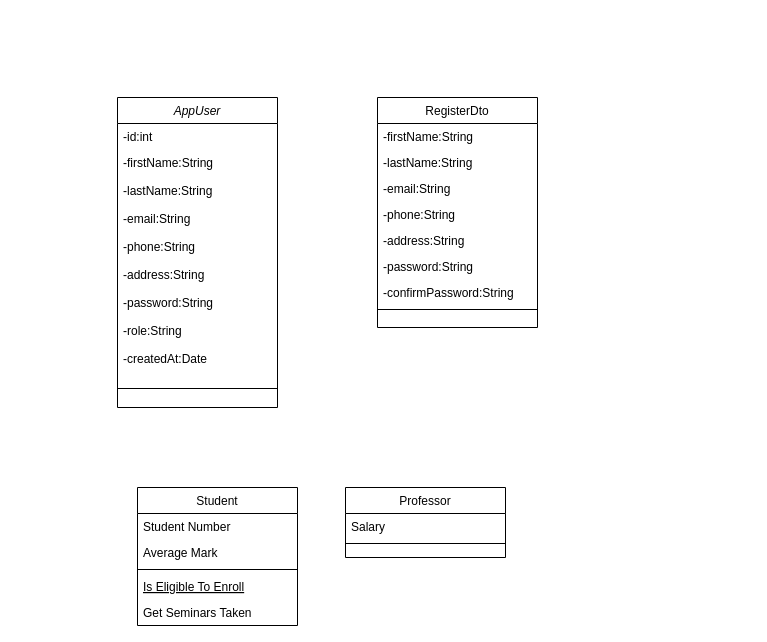
hindCode/cnrst keeps this draw.io diagram as DiagramClassCnrst.drawio. Above is the earlier version. Source tidied: cells renumbered, new cells numbered last; positions are measured from the earlier drawing's top-left corner, leaving out a move shared by most shapes. Both pictures are drawn from the tidied source at 100%, with x=0, y=0 at pixel (117, 97).
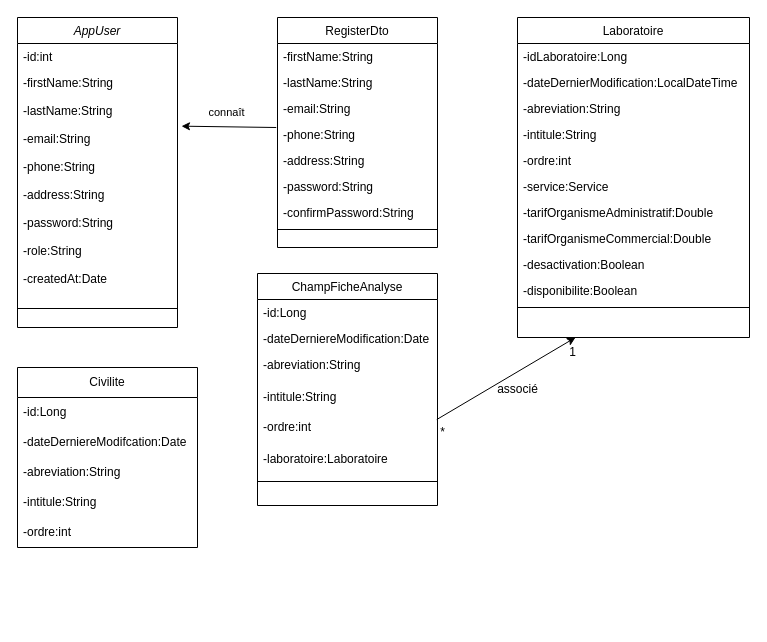
The same page after the edit.

Unchanged cells that the change refers to:
```xml
<mxCell id="6" value="-email:String" style="text;align=left;verticalAlign=top;spacingLeft=4;spacingRight=4;overflow=hidden;points=[[0,0.5],[1,0.5]];portConstraint=eastwest;rounded=0;shadow=0;html=0;" parent="2" vertex="1">
  <mxGeometry y="108" width="160" height="28" as="geometry" />
</mxCell>
<mxCell id="26" value="-phone:String" style="text;align=left;verticalAlign=top;spacingLeft=4;spacingRight=4;overflow=hidden;points=[[0,0.5],[1,0.5]];portConstraint=eastwest;rounded=0;shadow=0;html=0;" parent="22" vertex="1">
  <mxGeometry y="104" width="160" height="26" as="geometry" />
</mxCell>
```

The edit, as a diff of the source:
```diff
@@
     <mxCell id="2" value="AppUser" style="swimlane;fontStyle=2;align=center;verticalAlign=top;horizontal=1;startSize=26;rounded=0;shadow=0;strokeWidth=1;" parent="1" vertex="1">
-      <mxGeometry width="160" height="310" as="geometry" />
+      <mxGeometry x="-100" y="-80" width="160" height="310" as="geometry" />
     </mxCell>
@@
-    <mxCell id="13" value="Student" style="swimlane;fontStyle=0;align=center;verticalAlign=top;horizontal=1;startSize=26;rounded=0;shadow=0;strokeWidth=1;" parent="1" vertex="1">
-      <mxGeometry x="20" y="390" width="160" height="138" as="geometry" />
+    <mxCell id="13" value="ChampFicheAnalyse" style="swimlane;fontStyle=0;align=center;verticalAlign=top;horizontal=1;startSize=26;rounded=0;shadow=0;strokeWidth=1;" parent="1" vertex="1">
+      <mxGeometry x="140" y="176" width="180" height="232" as="geometry" />
     </mxCell>
-    <mxCell id="14" value="Student Number" style="text;align=left;verticalAlign=top;spacingLeft=4;spacingRight=4;overflow=hidden;" parent="13" vertex="1">
-      <mxGeometry y="26" width="160" height="26" as="geometry" />
+    <mxCell id="14" value="-id:Long" style="text;align=left;verticalAlign=top;spacingLeft=4;spacingRight=4;overflow=hidden;" parent="13" vertex="1">
+      <mxGeometry y="26" width="180" height="26" as="geometry" />
     </mxCell>
-    <mxCell id="15" value="Average Mark" style="text;align=left;verticalAlign=top;spacingLeft=4;spacingRight=4;overflow=hidden;rounded=0;shadow=0;html=0;" parent="13" vertex="1">
-      <mxGeometry y="52" width="160" height="26" as="geometry" />
+    <mxCell id="15" value="-dateDerniereModification:Date" style="text;align=left;verticalAlign=top;spacingLeft=4;spacingRight=4;overflow=hidden;rounded=0;shadow=0;html=0;" parent="13" vertex="1">
+      <mxGeometry y="52" width="180" height="26" as="geometry" />
     </mxCell>
+    <mxCell id="18" value="-abreviation:String" style="text;align=left;verticalAlign=top;spacingLeft=4;spacingRight=4;overflow=hidden;" parent="13" vertex="1">
+      <mxGeometry y="78" width="180" height="32" as="geometry" />
+    </mxCell>
+    <mxCell id="31" value="-intitule:String" style="text;align=left;verticalAlign=top;spacingLeft=4;spacingRight=4;overflow=hidden;" parent="13" vertex="1">
+      <mxGeometry y="110" width="180" height="30" as="geometry" />
+    </mxCell>
+    <mxCell id="32" value="-ordre:int" style="text;align=left;verticalAlign=top;spacingLeft=4;spacingRight=4;overflow=hidden;points=[[0,0.5],[1,0.5]];portConstraint=eastwest;" parent="13" vertex="1">
+      <mxGeometry y="140" width="180" height="32" as="geometry" />
+    </mxCell>
+    <mxCell id="33" value="-laboratoire:Laboratoire" style="text;align=left;verticalAlign=top;spacingLeft=4;spacingRight=4;overflow=hidden;" parent="13" vertex="1">
+      <mxGeometry y="172" width="180" height="32" as="geometry" />
+    </mxCell>
     <mxCell id="16" style="line;html=1;strokeWidth=1;align=left;verticalAlign=middle;spacingTop=-1;spacingLeft=3;spacingRight=3;labelPosition=right;" parent="13" vertex="1">
-      <mxGeometry y="78" width="160" height="8" as="geometry" />
+      <mxGeometry y="204" width="180" height="8" as="geometry" />
     </mxCell>
-    <mxCell id="17" value="Is Eligible To Enroll" style="text;align=left;verticalAlign=top;spacingLeft=4;spacingRight=4;overflow=hidden;fontStyle=4;" parent="13" vertex="1">
-      <mxGeometry y="86" width="160" height="26" as="geometry" />
-    </mxCell>
-    <mxCell id="18" value="Get Seminars Taken" style="text;align=left;verticalAlign=top;spacingLeft=4;spacingRight=4;overflow=hidden;" parent="13" vertex="1">
-      <mxGeometry y="112" width="160" height="26" as="geometry" />
-    </mxCell>
-    <mxCell id="19" value="Professor" style="swimlane;fontStyle=0;align=center;verticalAlign=top;horizontal=1;startSize=26;rounded=0;shadow=0;strokeWidth=1;" parent="1" vertex="1">
-      <mxGeometry x="228" y="390" width="160" height="70" as="geometry" />
+    <mxCell id="19" value="Laboratoire" style="swimlane;fontStyle=0;align=center;verticalAlign=top;horizontal=1;startSize=26;rounded=0;shadow=0;strokeWidth=1;" parent="1" vertex="1">
+      <mxGeometry x="400" y="-80" width="232" height="320" as="geometry" />
     </mxCell>
-    <mxCell id="20" value="Salary" style="text;align=left;verticalAlign=top;spacingLeft=4;spacingRight=4;overflow=hidden;" parent="19" vertex="1">
-      <mxGeometry y="26" width="160" height="26" as="geometry" />
+    <mxCell id="20" value="-idLaboratoire:Long&#10;" style="text;align=left;verticalAlign=top;spacingLeft=4;spacingRight=4;overflow=hidden;" parent="19" vertex="1">
+      <mxGeometry y="26" width="232" height="26" as="geometry" />
     </mxCell>
+    <mxCell id="34" value="-dateDernierModification:LocalDateTime" style="text;align=left;verticalAlign=top;spacingLeft=4;spacingRight=4;overflow=hidden;" parent="19" vertex="1">
+      <mxGeometry y="52" width="232" height="26" as="geometry" />
+    </mxCell>
+    <mxCell id="35" value="-abreviation:String" style="text;align=left;verticalAlign=top;spacingLeft=4;spacingRight=4;overflow=hidden;" parent="19" vertex="1">
+      <mxGeometry y="78" width="232" height="26" as="geometry" />
+    </mxCell>
+    <mxCell id="36" value="-intitule:String" style="text;align=left;verticalAlign=top;spacingLeft=4;spacingRight=4;overflow=hidden;" parent="19" vertex="1">
+      <mxGeometry y="104" width="232" height="26" as="geometry" />
+    </mxCell>
+    <mxCell id="37" value="-ordre:int" style="text;align=left;verticalAlign=top;spacingLeft=4;spacingRight=4;overflow=hidden;" parent="19" vertex="1">
+      <mxGeometry y="130" width="232" height="26" as="geometry" />
+    </mxCell>
+    <mxCell id="38" value="-service:Service" style="text;align=left;verticalAlign=top;spacingLeft=4;spacingRight=4;overflow=hidden;" parent="19" vertex="1">
+      <mxGeometry y="156" width="232" height="26" as="geometry" />
+    </mxCell>
+    <mxCell id="39" value="-tarifOrganismeAdministratif:Double" style="text;align=left;verticalAlign=top;spacingLeft=4;spacingRight=4;overflow=hidden;" parent="19" vertex="1">
+      <mxGeometry y="182" width="232" height="26" as="geometry" />
+    </mxCell>
+    <mxCell id="40" value="-tarifOrganismeCommercial:Double" style="text;align=left;verticalAlign=top;spacingLeft=4;spacingRight=4;overflow=hidden;" parent="19" vertex="1">
+      <mxGeometry y="208" width="232" height="26" as="geometry" />
+    </mxCell>
+    <mxCell id="41" value="-desactivation:Boolean" style="text;align=left;verticalAlign=top;spacingLeft=4;spacingRight=4;overflow=hidden;" parent="19" vertex="1">
+      <mxGeometry y="234" width="232" height="26" as="geometry" />
+    </mxCell>
+    <mxCell id="42" value="-disponibilite:Boolean" style="text;align=left;verticalAlign=top;spacingLeft=4;spacingRight=4;overflow=hidden;" parent="19" vertex="1">
+      <mxGeometry y="260" width="232" height="26" as="geometry" />
+    </mxCell>
     <mxCell id="21" style="line;html=1;strokeWidth=1;align=left;verticalAlign=middle;spacingTop=-1;spacingLeft=3;spacingRight=3;labelPosition=right;" parent="19" vertex="1">
-      <mxGeometry y="52" width="160" height="8" as="geometry" />
+      <mxGeometry y="286" width="232" height="8" as="geometry" />
     </mxCell>
     <mxCell id="22" value="RegisterDto" style="swimlane;fontStyle=0;align=center;verticalAlign=top;horizontal=1;startSize=26;rounded=0;shadow=0;strokeWidth=1;" parent="1" vertex="1">
-      <mxGeometry x="260" width="160" height="230" as="geometry" />
+      <mxGeometry x="160" y="-80" width="160" height="230" as="geometry" />
     </mxCell>
@@
+    <mxCell id="43" style="endArrow=classic;html=1;rounded=0;entryX=1.025;entryY=0.024;entryDx=0;entryDy=0;entryPerimeter=0;exitX=-0.008;exitY=0.231;exitDx=0;exitDy=0;exitPerimeter=0;" parent="1" edge="1" source="26" target="6">
+      <mxGeometry relative="1" as="geometry" />
+    </mxCell>
+    <mxCell id="44" value="connaît" style="edgeLabel;html=1;align=center;verticalAlign=middle;" parent="43" vertex="1">
+      <mxGeometry x="-0.06" y="-1" relative="1" as="geometry">
+        <mxPoint x="-5" y="-14" as="offset" />
+      </mxGeometry>
+    </mxCell>
+    <mxCell id="45" style="endArrow=classic;html=1;rounded=0;exitX=0.996;exitY=0.188;exitDx=0;exitDy=0;exitPerimeter=0;entryX=0.25;entryY=1;entryDx=0;entryDy=0;" parent="1" edge="1" source="32" target="19">
+      <mxGeometry relative="1" as="geometry" />
+    </mxCell>
+    <mxCell id="46" value="1" style="text;html=1;align=center;verticalAlign=middle;strokeColor=none;fillColor=none;" parent="1" vertex="1">
+      <mxGeometry x="440" y="240" width="30" height="30" as="geometry" />
+    </mxCell>
+    <mxCell id="47" value="*" style="text;html=1;align=center;verticalAlign=middle;strokeColor=none;fillColor=none;" parent="1" vertex="1">
+      <mxGeometry x="310" y="320" width="30" height="30" as="geometry" />
+    </mxCell>
+    <mxCell id="48" value="associé" style="text;html=1;align=center;verticalAlign=middle;strokeColor=none;fillColor=none;" parent="1" vertex="1">
+      <mxGeometry x="370" y="277" width="60" height="30" as="geometry" />
+    </mxCell>
+    <mxCell id="49" value="Civilite" style="swimlane;fontStyle=0;horizontal=1;startSize=30;whiteSpace=wrap;html=1;" parent="1" vertex="1">
+      <mxGeometry x="-100" y="270" width="180" height="180" as="geometry" />
+    </mxCell>
+    <mxCell id="50" value="-id:Long" style="text;strokeColor=none;fillColor=none;align=left;verticalAlign=middle;spacingLeft=4;spacingRight=4;overflow=hidden;whiteSpace=wrap;html=1;" parent="49" vertex="1">
+      <mxGeometry y="30" width="180" height="30" as="geometry" />
+    </mxCell>
+    <mxCell id="51" value="-dateDerniereModifcation:Date" style="text;strokeColor=none;fillColor=none;align=left;verticalAlign=middle;spacingLeft=4;spacingRight=4;overflow=hidden;whiteSpace=wrap;html=1;" parent="49" vertex="1">
+      <mxGeometry y="60" width="180" height="30" as="geometry" />
+    </mxCell>
+    <mxCell id="52" value="-abreviation:String" style="text;strokeColor=none;fillColor=none;align=left;verticalAlign=middle;spacingLeft=4;spacingRight=4;overflow=hidden;whiteSpace=wrap;html=1;" parent="49" vertex="1">
+      <mxGeometry y="90" width="180" height="30" as="geometry" />
+    </mxCell>
+    <mxCell id="53" value="-intitule:String" style="text;strokeColor=none;fillColor=none;align=left;verticalAlign=middle;spacingLeft=4;spacingRight=4;overflow=hidden;whiteSpace=wrap;html=1;" parent="49" vertex="1">
+      <mxGeometry y="120" width="180" height="30" as="geometry" />
+    </mxCell>
+    <mxCell id="54" value="-ordre:int" style="text;strokeColor=none;fillColor=none;align=left;verticalAlign=middle;spacingLeft=4;spacingRight=4;overflow=hidden;whiteSpace=wrap;html=1;" parent="49" vertex="1">
+      <mxGeometry y="150" width="180" height="30" as="geometry" />
+    </mxCell>
```
